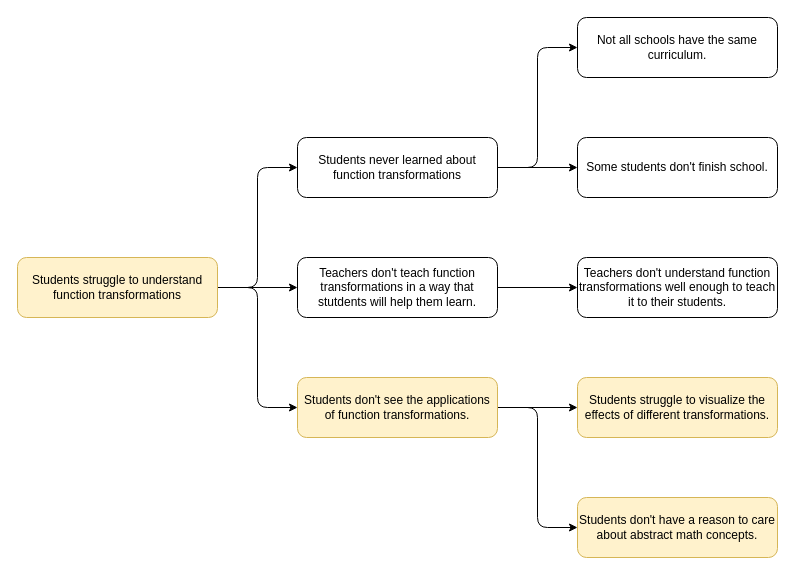
Above: docs/cause-map.drawio in ItsRhysNotRhys/COMP-4900D-Project-2 (draw.io), before the change. Source tidied: cells renumbered, new cells numbered last; positions are measured from the earlier drawing's top-left corner, leaving out a move shared by most shapes. Both pictures are drawn from the tidied source at 100%, with x=0, y=0 at pixel (17, 17).
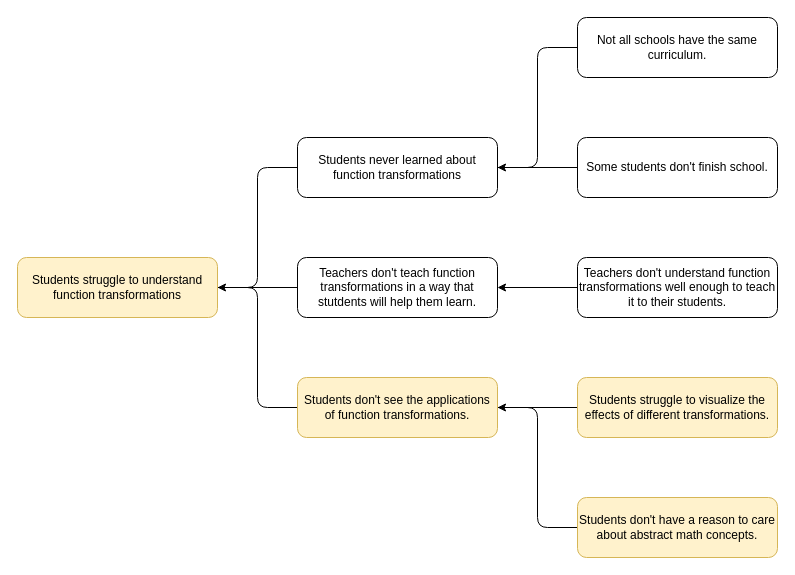
After the change.

Commit message (it also covers changes not shown here):
flip arrows

What changed in the source:
```diff
@@
 <mxGraphModel>
   <root>
     <mxCell id="0" />
     <mxCell id="1" parent="0" />
-    <mxCell id="2" style="edgeStyle=none;html=1;" parent="1" edge="1" source="5" target="10">
+    <mxCell id="2" style="edgeStyle=none;html=1;endArrow=none;endFill=0;" parent="1" edge="1" source="5" target="10">
       <mxGeometry relative="1" as="geometry" />
     </mxCell>
-    <mxCell id="3" style="edgeStyle=orthogonalEdgeStyle;html=1;entryX=0;entryY=0.5;entryDx=0;entryDy=0;elbow=vertical;" parent="1" edge="1" source="5" target="8">
+    <mxCell id="3" style="edgeStyle=orthogonalEdgeStyle;html=1;entryX=0;entryY=0.5;entryDx=0;entryDy=0;elbow=vertical;startArrow=classic;startFill=1;endArrow=none;endFill=0;" parent="1" edge="1" source="5" target="8">
       <mxGeometry relative="1" as="geometry" />
     </mxCell>
-    <mxCell id="4" style="edgeStyle=orthogonalEdgeStyle;html=1;entryX=0;entryY=0.5;entryDx=0;entryDy=0;" parent="1" edge="1" source="5" target="13">
+    <mxCell id="4" style="edgeStyle=orthogonalEdgeStyle;html=1;entryX=0;entryY=0.5;entryDx=0;entryDy=0;endArrow=none;endFill=0;" parent="1" edge="1" source="5" target="13">
       <mxGeometry relative="1" as="geometry" />
     </mxCell>
     <mxCell id="5" value="Students struggle to understand function transformations" style="rounded=1;whiteSpace=wrap;html=1;fillColor=#fff2cc;strokeColor=#d6b656;" parent="1" vertex="1">
       <mxGeometry y="240" width="200" height="60" as="geometry" />
     </mxCell>
-    <mxCell id="6" style="edgeStyle=none;html=1;" parent="1" edge="1" source="8" target="15">
+    <mxCell id="6" style="edgeStyle=none;html=1;endArrow=none;endFill=0;" parent="1" edge="1" source="8" target="15">
       <mxGeometry relative="1" as="geometry" />
     </mxCell>
-    <mxCell id="7" style="edgeStyle=orthogonalEdgeStyle;html=1;entryX=0;entryY=0.5;entryDx=0;entryDy=0;" parent="1" edge="1" source="8" target="14">
+    <mxCell id="7" style="edgeStyle=orthogonalEdgeStyle;html=1;entryX=0;entryY=0.5;entryDx=0;entryDy=0;startArrow=classic;startFill=1;endArrow=none;endFill=0;" parent="1" edge="1" source="8" target="14">
       <mxGeometry relative="1" as="geometry" />
     </mxCell>
     <mxCell id="8" value="Students never learned about function transformations" style="rounded=1;whiteSpace=wrap;html=1;" parent="1" vertex="1">
       <mxGeometry x="280" y="120" width="200" height="60" as="geometry" />
     </mxCell>
-    <mxCell id="9" style="edgeStyle=none;html=1;" parent="1" edge="1" source="10" target="16">
+    <mxCell id="9" style="edgeStyle=none;html=1;endArrow=none;endFill=0;startArrow=classic;startFill=1;" parent="1" edge="1" source="10" target="16">
       <mxGeometry relative="1" as="geometry" />
     </mxCell>
     <mxCell id="10" value="Teachers don't teach function transformations in a way that stutdents will help them learn." style="rounded=1;whiteSpace=wrap;html=1;" parent="1" vertex="1">
       <mxGeometry x="280" y="240" width="200" height="60" as="geometry" />
     </mxCell>
-    <mxCell id="11" style="edgeStyle=none;html=1;" parent="1" edge="1" source="13" target="17">
+    <mxCell id="11" style="edgeStyle=none;html=1;endArrow=none;endFill=0;" parent="1" edge="1" source="13" target="17">
       <mxGeometry relative="1" as="geometry" />
     </mxCell>
-    <mxCell id="12" style="edgeStyle=orthogonalEdgeStyle;html=1;entryX=0;entryY=0.5;entryDx=0;entryDy=0;" parent="1" edge="1" source="13" target="18">
+    <mxCell id="12" style="edgeStyle=orthogonalEdgeStyle;html=1;entryX=0;entryY=0.5;entryDx=0;entryDy=0;startArrow=classic;startFill=1;endArrow=none;endFill=0;" parent="1" edge="1" source="13" target="18">
       <mxGeometry relative="1" as="geometry" />
     </mxCell>
     <mxCell id="13" value="Students don't see the applications of function transformations." style="rounded=1;whiteSpace=wrap;html=1;fillColor=#fff2cc;strokeColor=#d6b656;" parent="1" vertex="1">
       <mxGeometry x="280" y="360" width="200" height="60" as="geometry" />
     </mxCell>
     <mxCell id="14" value="Not all schools have the same curriculum." style="rounded=1;whiteSpace=wrap;html=1;" parent="1" vertex="1">
       <mxGeometry x="560" width="200" height="60" as="geometry" />
     </mxCell>
     <mxCell id="15" value="Some students don't finish school." style="rounded=1;whiteSpace=wrap;html=1;" parent="1" vertex="1">
       <mxGeometry x="560" y="120" width="200" height="60" as="geometry" />
     </mxCell>
     <mxCell id="16" value="Teachers don't understand function transformations well enough to teach it to their students." style="rounded=1;whiteSpace=wrap;html=1;" parent="1" vertex="1">
       <mxGeometry x="560" y="240" width="200" height="60" as="geometry" />
     </mxCell>
     <mxCell id="17" value="Students struggle to visualize the effects of different transformations." style="rounded=1;whiteSpace=wrap;html=1;fillColor=#fff2cc;strokeColor=#d6b656;" parent="1" vertex="1">
       <mxGeometry x="560" y="360" width="200" height="60" as="geometry" />
     </mxCell>
     <mxCell id="18" value="Students don't have a reason to care about abstract math concepts." style="rounded=1;whiteSpace=wrap;html=1;fillColor=#fff2cc;strokeColor=#d6b656;" parent="1" vertex="1">
       <mxGeometry x="560" y="480" width="200" height="60" as="geometry" />
     </mxCell>
   </root>
 </mxGraphModel>
```
